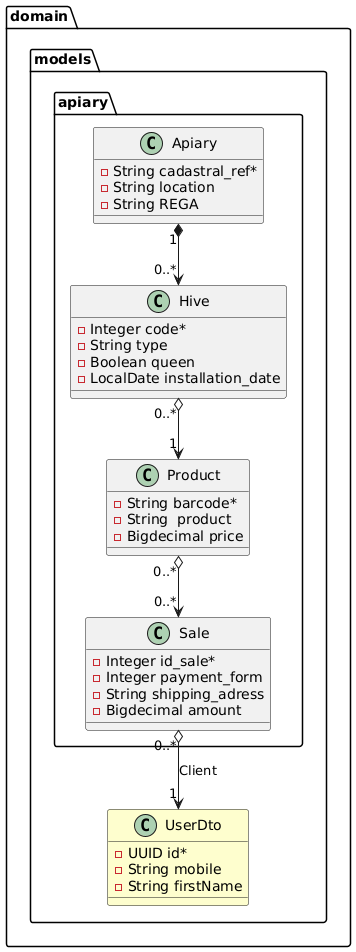
miw-upm/apaw-practice keeps this PlantUML diagram as docs/apiary.png. Above is the earlier version.
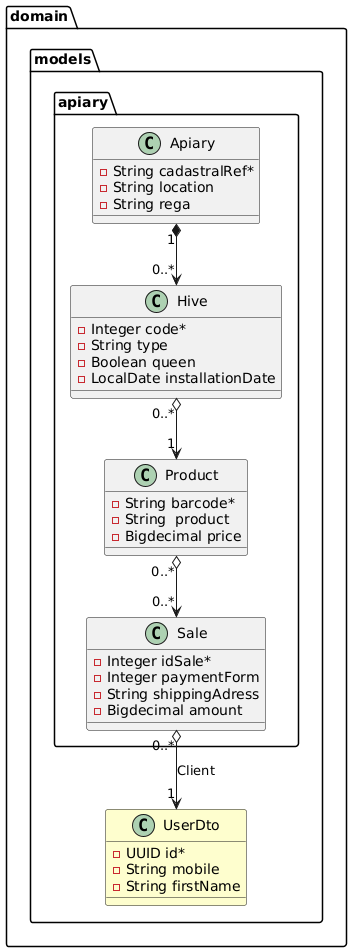
The same diagram one commit later.

Commit message:
fix model clasess after teacher comments #1153

Change to the diagram source:
```diff
@@ -3,15 +3,15 @@
   package models {
     package apiary {
       class Apiary {
-        -String cadastral_ref*
+        -String cadastralRef*
         -String location
-        -String REGA
+        -String rega
       }
       class Hive {
         -Integer code*
         -String type
         -Boolean queen
-        -LocalDate installation_date
+        -LocalDate installationDate
 
       }
       class Product {
@@ -20,9 +20,9 @@
          -Bigdecimal price
       }
       class Sale {
-        -Integer id_sale*
-        -Integer payment_form
-        -String shipping_adress
+        -Integer idSale*
+        -Integer paymentForm
+        -String shippingAdress
         -Bigdecimal amount
       }
 
```
